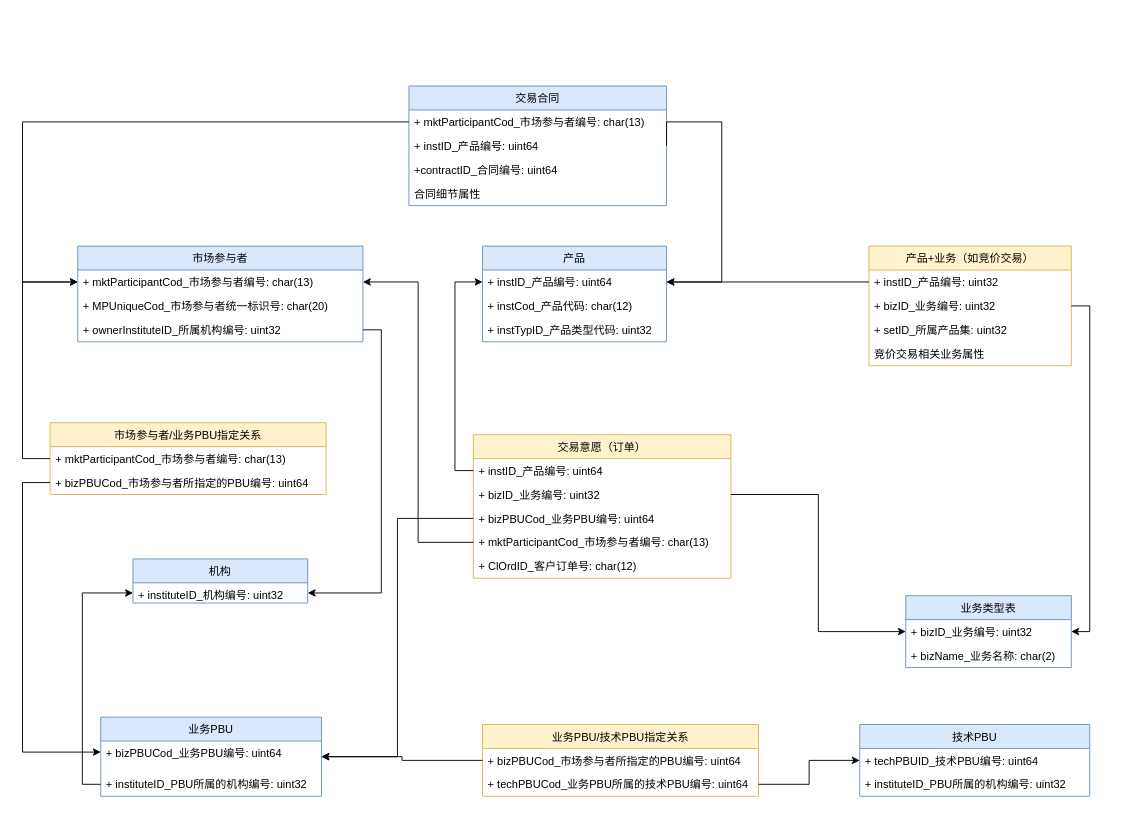
Above: page "Class Diagram" (4 of 8) of 交易系统升级流图 (2).drawio in gotrade/gotrade (draw.io), before the change. Source tidied: cells renumbered, new cells numbered last; positions are measured from the earlier drawing's top-left corner, leaving out a move shared by most shapes. Both pictures are drawn from the tidied source at 92%, with x=0, y=0 at pixel (22, 86).
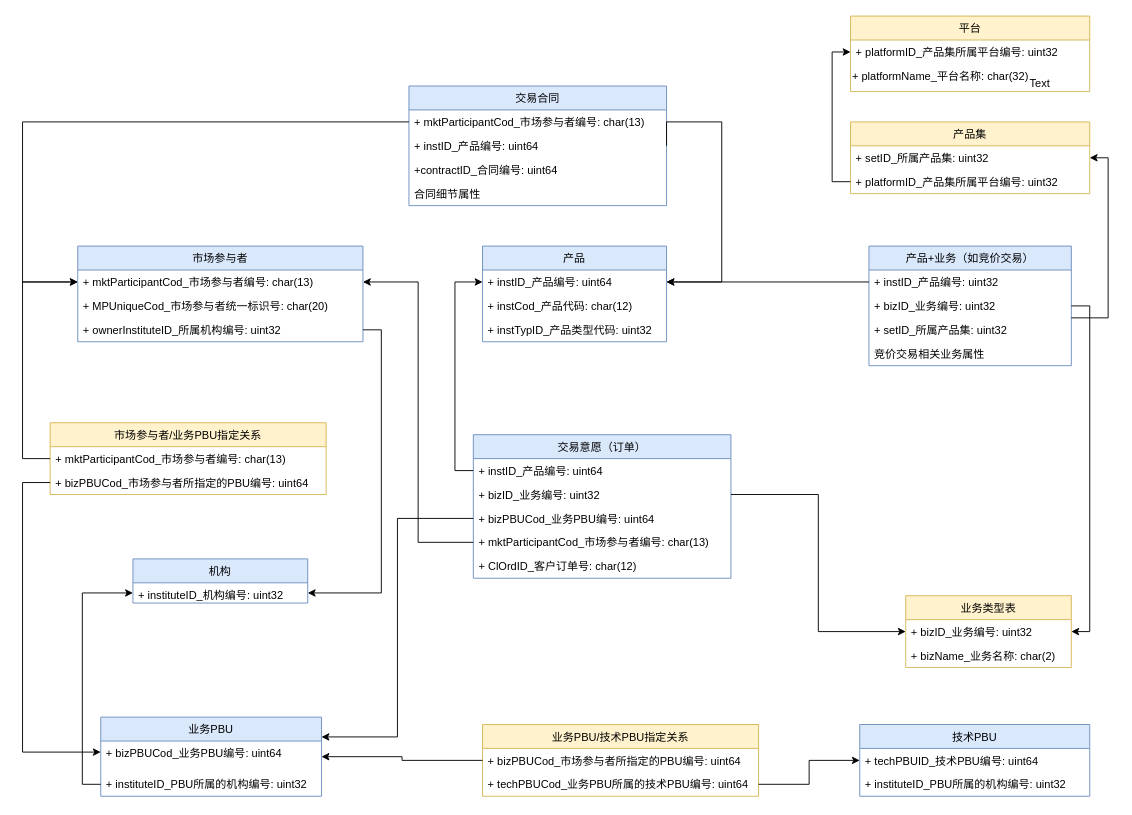
The same diagram, later.

Unchanged cells that the change refers to:
```xml
<mxCell id="15" value="+ setID_所属产品集: uint32" style="text;strokeColor=none;fillColor=none;align=left;verticalAlign=top;spacingLeft=4;spacingRight=4;overflow=hidden;points=[[0,0.5],[1,0.5]];portConstraint=eastwest;" parent="12" vertex="1">
  <mxGeometry y="78" width="220" height="26" as="geometry" />
</mxCell>
<mxCell id="20" value="业务PBU" style="swimlane;fontStyle=0;horizontal=1;startSize=26;fillColor=#dae8fc;strokeColor=#6c8ebf;" parent="1" vertex="1">
  <mxGeometry x="85" y="686" width="240" height="86" as="geometry" />
</mxCell>
<mxCell id="21" value="+ bizPBUCod_业务PBU编号: uint64" style="text;strokeColor=none;fillColor=none;align=left;verticalAlign=top;spacingLeft=4;spacingRight=4;overflow=hidden;points=[[0,0.5],[1,0.5]];portConstraint=eastwest;" parent="20" vertex="1">
  <mxGeometry y="26" width="240" height="34" as="geometry" />
</mxCell>
<mxCell id="43" value="+ bizPBUCod_业务PBU编号: uint64" style="text;strokeColor=none;fillColor=none;align=left;verticalAlign=top;spacingLeft=4;spacingRight=4;overflow=hidden;points=[[0,0.5],[1,0.5]];portConstraint=eastwest;" parent="40" vertex="1">
  <mxGeometry y="78" width="280" height="26" as="geometry" />
</mxCell>
```

Diff of the diagram source:
```diff
@@
-    <mxCell id="12" value="产品+业务（如竞价交易）" style="swimlane;fontStyle=0;horizontal=1;startSize=26;fillColor=#fff2cc;strokeColor=#d6b656;" parent="1" vertex="1">
+    <mxCell id="12" value="产品+业务（如竞价交易）" style="swimlane;fontStyle=0;horizontal=1;startSize=26;fillColor=#dae8fc;strokeColor=#6c8ebf;" parent="1" vertex="1">
       <mxGeometry x="920" y="174" width="220" height="130" as="geometry" />
     </mxCell>
@@
-    <mxCell id="17" value="业务类型表" style="swimlane;fontStyle=0;horizontal=1;startSize=26;fillColor=#dae8fc;strokeColor=#6c8ebf;" parent="1" vertex="1">
+    <mxCell id="17" value="业务类型表" style="swimlane;fontStyle=0;horizontal=1;startSize=26;fillColor=#fff2cc;strokeColor=#d6b656;" parent="1" vertex="1">
       <mxGeometry x="960" y="554" width="180" height="78" as="geometry" />
     </mxCell>
@@
-    <mxCell id="40" value="交易意愿（订单）" style="swimlane;fontStyle=0;horizontal=1;startSize=26;fillColor=#fff2cc;strokeColor=#d6b656;" parent="1" vertex="1">
+    <mxCell id="40" value="交易意愿（订单）" style="swimlane;fontStyle=0;horizontal=1;startSize=26;fillColor=#dae8fc;strokeColor=#6c8ebf;" parent="1" vertex="1">
       <mxGeometry x="490" y="379" width="280" height="156" as="geometry" />
     </mxCell>
@@
-    <mxCell id="48" style="edgeStyle=orthogonalEdgeStyle;rounded=0;jettySize=auto;html=1;exitX=0;exitY=0.5;exitDx=0;exitDy=0;fontColor=none;" parent="1" edge="1" source="43" target="21">
+    <mxCell id="48" style="edgeStyle=orthogonalEdgeStyle;rounded=0;jettySize=auto;html=1;exitX=0;exitY=0.5;exitDx=0;exitDy=0;fontColor=none;entryX=1;entryY=0.25;entryDx=0;entryDy=0;" parent="1" edge="1" source="43" target="20">
       <mxGeometry relative="1" as="geometry" />
     </mxCell>
@@
+    <mxCell id="57" value="产品集" style="swimlane;fontStyle=0;horizontal=1;startSize=26;fillColor=#fff2cc;strokeColor=#d6b656;" parent="1" vertex="1">
+      <mxGeometry x="900" y="39" width="260" height="78" as="geometry" />
+    </mxCell>
+    <mxCell id="58" value="+ setID_所属产品集: uint32" style="text;strokeColor=none;fillColor=none;align=left;verticalAlign=top;spacingLeft=4;spacingRight=4;overflow=hidden;points=[[0,0.5],[1,0.5]];portConstraint=eastwest;" parent="57" vertex="1">
+      <mxGeometry y="26" width="260" height="26" as="geometry" />
+    </mxCell>
+    <mxCell id="59" value="+ platformID_产品集所属平台编号: uint32" style="text;strokeColor=none;fillColor=none;align=left;verticalAlign=top;spacingLeft=4;spacingRight=4;overflow=hidden;points=[[0,0.5],[1,0.5]];portConstraint=eastwest;" parent="57" vertex="1">
+      <mxGeometry y="52" width="260" height="26" as="geometry" />
+    </mxCell>
+    <mxCell id="60" style="edgeStyle=orthogonalEdgeStyle;rounded=0;jettySize=auto;html=1;endArrow=classic;endFill=1;" parent="1" edge="1" source="15" target="58">
+      <mxGeometry relative="1" as="geometry">
+        <Array as="points">
+          <mxPoint x="1180" y="252" />
+          <mxPoint x="1180" y="78" />
+        </Array>
+      </mxGeometry>
+    </mxCell>
+    <mxCell id="61" value="平台" style="swimlane;fontStyle=0;horizontal=1;startSize=26;fillColor=#fff2cc;strokeColor=#d6b656;" parent="1" vertex="1">
+      <mxGeometry x="900" y="-76" width="260" height="82" as="geometry" />
+    </mxCell>
+    <mxCell id="62" value="+ platformID_产品集所属平台编号: uint32" style="text;strokeColor=none;fillColor=none;align=left;verticalAlign=top;spacingLeft=4;spacingRight=4;overflow=hidden;points=[[0,0.5],[1,0.5]];portConstraint=eastwest;" parent="61" vertex="1">
+      <mxGeometry y="26" width="260" height="26" as="geometry" />
+    </mxCell>
+    <mxCell id="63" value="+ platformName_平台名称: char(32)" style="text;html=1;" parent="61" vertex="1">
+      <mxGeometry y="52" width="260" height="30" as="geometry" />
+    </mxCell>
+    <mxCell id="64" style="edgeStyle=orthogonalEdgeStyle;rounded=0;jettySize=auto;html=1;endArrow=classic;endFill=1;entryX=0;entryY=0.5;entryDx=0;entryDy=0;" parent="1" edge="1" source="59" target="62">
+      <mxGeometry relative="1" as="geometry" />
+    </mxCell>
+    <mxCell id="65" value="Text" style="text;html=1;align=left;verticalAlign=top;spacingTop=-4;" parent="1" vertex="1">
+      <mxGeometry x="1093" y="-12" width="40" height="20" as="geometry" />
+    </mxCell>
```
